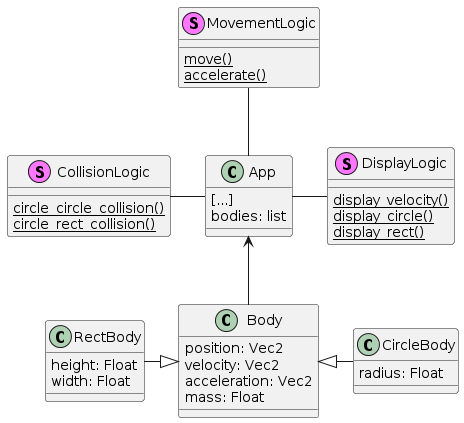
Above: diagramas/diagr_original_simplificado.png in mathsmm/bcc-padroes-trabalho (PlantUML), before the change.
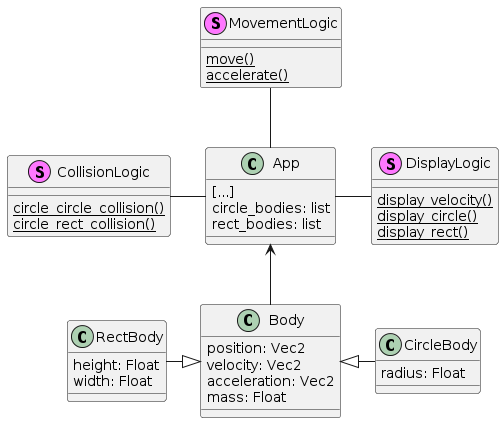
After the commit.

Commit message:
Diagrama original atualizado

Change to the diagram source:
```diff
@@ -25,7 +25,8 @@
 
 class App{
   [...]
-  bodies: list
+  circle_bodies: list
+  rect_bodies: list
 }
 
 stereotype CollisionLogic{
```
